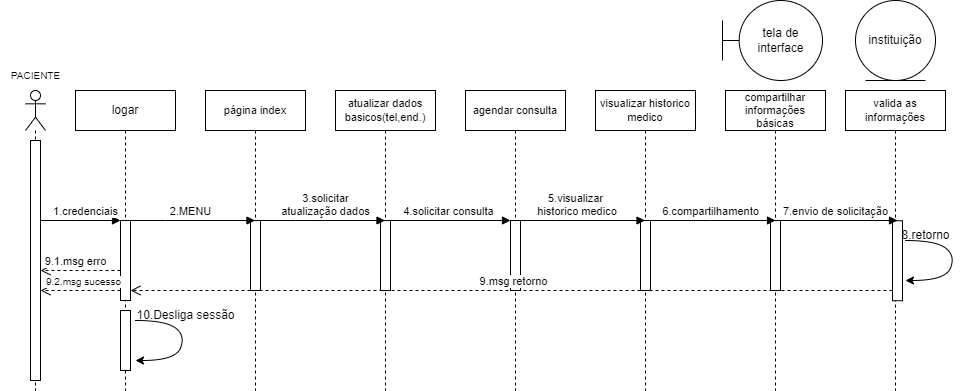
Earlier version of the draw.io export DIAGRAMAS/DS.PACIENTE.png (tbgbarros/PI-2-DSM2SEM). Source tidied: cells renumbered, new cells last; positions are measured from the earlier drawing's top-left corner, leaving out a move shared by most shapes.
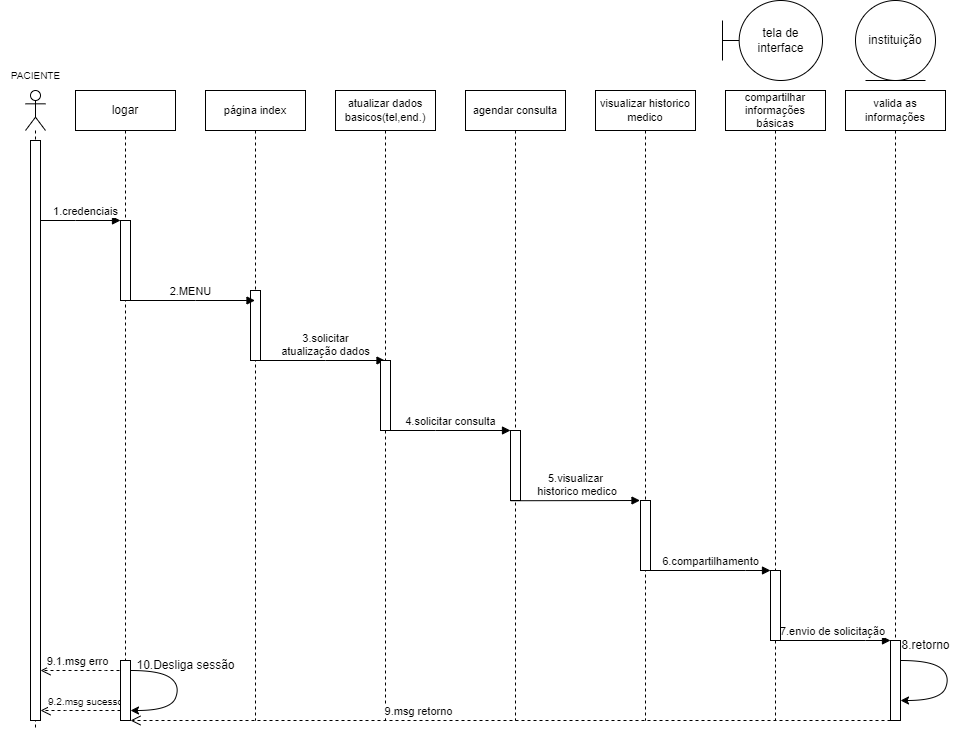
After the commit.

Change to the diagram source:
```diff
@@ -6,56 +6,45 @@
       <mxGeometry x="722" width="100" height="80" as="geometry" />
     </mxCell>
     <mxCell id="3" value="agendar consulta" style="shape=umlLifeline;perimeter=lifelinePerimeter;whiteSpace=wrap;html=1;newEdgeStyle={&quot;edgeStyle&quot;:&quot;elbowEdgeStyle&quot;,&quot;elbow&quot;:&quot;vertical&quot;,&quot;curved&quot;:0,&quot;rounded&quot;:0};fontSize=11;" parent="1" vertex="1">
-      <mxGeometry x="465" y="90" width="100" height="300" as="geometry" />
+      <mxGeometry x="465" y="90" width="100" height="630" as="geometry" />
     </mxCell>
-    <mxCell id="4" style="html=1;points=[];perimeter=orthogonalPerimeter;outlineConnect=0;targetShapes=umlLifeline;portConstraint=eastwest;newEdgeStyle={&quot;edgeStyle&quot;:&quot;elbowEdgeStyle&quot;,&quot;elbow&quot;:&quot;vertical&quot;,&quot;curved&quot;:0,&quot;rounded&quot;:0};" parent="3" vertex="1">
-      <mxGeometry x="45" y="130" width="10" height="70" as="geometry" />
-    </mxCell>
     <mxCell id="5" value="visualizar historico medico" style="shape=umlLifeline;perimeter=lifelinePerimeter;whiteSpace=wrap;html=1;outlineConnect=0;portConstraint=eastwest;newEdgeStyle={&quot;edgeStyle&quot;:&quot;elbowEdgeStyle&quot;,&quot;elbow&quot;:&quot;vertical&quot;,&quot;curved&quot;:0,&quot;rounded&quot;:0};fontSize=11;" parent="1" vertex="1">
-      <mxGeometry x="595" y="90" width="100" height="300" as="geometry" />
+      <mxGeometry x="595" y="90" width="100" height="630" as="geometry" />
     </mxCell>
-    <mxCell id="6" style="html=1;points=[];perimeter=orthogonalPerimeter;outlineConnect=0;targetShapes=umlLifeline;portConstraint=eastwest;newEdgeStyle={&quot;edgeStyle&quot;:&quot;elbowEdgeStyle&quot;,&quot;elbow&quot;:&quot;vertical&quot;,&quot;curved&quot;:0,&quot;rounded&quot;:0};" parent="5" vertex="1">
-      <mxGeometry x="45" y="130" width="10" height="70" as="geometry" />
-    </mxCell>
     <mxCell id="7" value="atualizar dados basicos(tel,end.)" style="shape=umlLifeline;perimeter=lifelinePerimeter;whiteSpace=wrap;html=1;outlineConnect=0;portConstraint=eastwest;newEdgeStyle={&quot;edgeStyle&quot;:&quot;elbowEdgeStyle&quot;,&quot;elbow&quot;:&quot;vertical&quot;,&quot;curved&quot;:0,&quot;rounded&quot;:0};fontSize=11;" parent="1" vertex="1">
-      <mxGeometry x="335" y="90" width="100" height="300" as="geometry" />
+      <mxGeometry x="335" y="90" width="100" height="630" as="geometry" />
     </mxCell>
-    <mxCell id="8" style="html=1;points=[];perimeter=orthogonalPerimeter;outlineConnect=0;targetShapes=umlLifeline;portConstraint=eastwest;newEdgeStyle={&quot;edgeStyle&quot;:&quot;elbowEdgeStyle&quot;,&quot;elbow&quot;:&quot;vertical&quot;,&quot;curved&quot;:0,&quot;rounded&quot;:0};" parent="7" vertex="1">
-      <mxGeometry x="45" y="130" width="10" height="70" as="geometry" />
-    </mxCell>
     <mxCell id="9" value="página index" style="shape=umlLifeline;perimeter=lifelinePerimeter;whiteSpace=wrap;html=1;outlineConnect=0;portConstraint=eastwest;newEdgeStyle={&quot;edgeStyle&quot;:&quot;elbowEdgeStyle&quot;,&quot;elbow&quot;:&quot;vertical&quot;,&quot;curved&quot;:0,&quot;rounded&quot;:0};fontSize=11;" parent="1" vertex="1">
-      <mxGeometry x="205" y="90" width="100" height="300" as="geometry" />
+      <mxGeometry x="205" y="90" width="100" height="630" as="geometry" />
     </mxCell>
     <mxCell id="10" style="html=1;perimeter=orthogonalPerimeter;targetShapes=umlLifeline;newEdgeStyle={&quot;edgeStyle&quot;:&quot;elbowEdgeStyle&quot;,&quot;elbow&quot;:&quot;vertical&quot;,&quot;curved&quot;:0,&quot;rounded&quot;:0};" parent="9" vertex="1">
-      <mxGeometry x="45" y="130" width="10" height="70" as="geometry" />
+      <mxGeometry x="45" y="200" width="10" height="70" as="geometry" />
     </mxCell>
     <mxCell id="11" value="logar" style="shape=umlLifeline;perimeter=lifelinePerimeter;whiteSpace=wrap;html=1;outlineConnect=0;portConstraint=eastwest;newEdgeStyle={&quot;edgeStyle&quot;:&quot;elbowEdgeStyle&quot;,&quot;elbow&quot;:&quot;vertical&quot;,&quot;curved&quot;:0,&quot;rounded&quot;:0};size=40;" parent="1" vertex="1">
-      <mxGeometry x="75" y="90" width="100" height="300" as="geometry" />
+      <mxGeometry x="75" y="90" width="100" height="630" as="geometry" />
     </mxCell>
     <mxCell id="12" style="html=1;points=[];perimeter=orthogonalPerimeter;outlineConnect=0;targetShapes=umlLifeline;portConstraint=eastwest;newEdgeStyle={&quot;edgeStyle&quot;:&quot;elbowEdgeStyle&quot;,&quot;elbow&quot;:&quot;vertical&quot;,&quot;curved&quot;:0,&quot;rounded&quot;:0};" parent="11" vertex="1">
       <mxGeometry x="45" y="130" width="10" height="80" as="geometry" />
     </mxCell>
-    <mxCell id="13" style="html=1;points=[];perimeter=orthogonalPerimeter;outlineConnect=0;targetShapes=umlLifeline;portConstraint=eastwest;newEdgeStyle={&quot;edgeStyle&quot;:&quot;elbowEdgeStyle&quot;,&quot;elbow&quot;:&quot;vertical&quot;,&quot;curved&quot;:0,&quot;rounded&quot;:0};" parent="11" vertex="1">
-      <mxGeometry x="45" y="220" width="10" height="60" as="geometry" />
-    </mxCell>
     <mxCell id="14" value="compartilhar informações básicas" style="shape=umlLifeline;perimeter=lifelinePerimeter;whiteSpace=wrap;html=1;newEdgeStyle={&quot;edgeStyle&quot;:&quot;elbowEdgeStyle&quot;,&quot;elbow&quot;:&quot;vertical&quot;,&quot;curved&quot;:0,&quot;rounded&quot;:0};fontSize=11;" parent="1" vertex="1">
-      <mxGeometry x="725" y="90" width="100" height="300" as="geometry" />
+      <mxGeometry x="725" y="90" width="100" height="630" as="geometry" />
     </mxCell>
-    <mxCell id="15" style="html=1;points=[];perimeter=orthogonalPerimeter;outlineConnect=0;targetShapes=umlLifeline;portConstraint=eastwest;newEdgeStyle={&quot;edgeStyle&quot;:&quot;elbowEdgeStyle&quot;,&quot;elbow&quot;:&quot;vertical&quot;,&quot;curved&quot;:0,&quot;rounded&quot;:0};" parent="14" vertex="1">
-      <mxGeometry x="45" y="130" width="10" height="70" as="geometry" />
-    </mxCell>
     <mxCell id="16" style="shape=umlLifeline;perimeter=lifelinePerimeter;whiteSpace=wrap;html=1;newEdgeStyle={&quot;edgeStyle&quot;:&quot;elbowEdgeStyle&quot;,&quot;elbow&quot;:&quot;vertical&quot;,&quot;curved&quot;:0,&quot;rounded&quot;:0};participant=umlActor;" parent="1" vertex="1">
-      <mxGeometry x="25" y="90" width="20" height="300" as="geometry" />
+      <mxGeometry x="25" y="90" width="20" height="640" as="geometry" />
     </mxCell>
     <mxCell id="17" style="html=1;points=[];perimeter=orthogonalPerimeter;outlineConnect=0;targetShapes=umlLifeline;portConstraint=eastwest;newEdgeStyle={&quot;edgeStyle&quot;:&quot;elbowEdgeStyle&quot;,&quot;elbow&quot;:&quot;vertical&quot;,&quot;curved&quot;:0,&quot;rounded&quot;:0};" parent="16" vertex="1">
-      <mxGeometry x="5" y="50" width="10" height="240" as="geometry" />
+      <mxGeometry x="5" y="50" width="10" height="580" as="geometry" />
     </mxCell>
     <mxCell id="18" value="PACIENTE" style="text;html=1;align=center;verticalAlign=middle;strokeColor=none;fillColor=none;fontSize=10;" parent="1" vertex="1">
       <mxGeometry y="60" width="70" height="30" as="geometry" />
     </mxCell>
-    <mxCell id="19" value="2.MENU" style="html=1;verticalAlign=bottom;endArrow=block;edgeStyle=elbowEdgeStyle;elbow=vertical;curved=0;rounded=0;" parent="1" edge="1" target="9">
+    <mxCell id="19" value="2.MENU" style="html=1;verticalAlign=bottom;endArrow=block;edgeStyle=elbowEdgeStyle;elbow=vertical;curved=0;rounded=0;" parent="1" edge="1" source="11" target="9">
       <mxGeometry relative="1" as="geometry">
-        <mxPoint x="125" y="220" as="sourcePoint" />
+        <Array as="points">
+          <mxPoint x="195" y="300" />
+          <mxPoint x="205" y="280" />
+          <mxPoint x="175" y="300" />
+        </Array>
       </mxGeometry>
     </mxCell>
     <mxCell id="20" value="1.credenciais" style="html=1;verticalAlign=bottom;endArrow=block;edgeStyle=elbowEdgeStyle;elbow=vertical;curved=0;rounded=0;fontSize=11;" parent="1" edge="1" source="17" target="12">
@@ -65,25 +54,31 @@
         </Array>
       </mxGeometry>
     </mxCell>
-    <mxCell id="21" value="4.solicitar&amp;nbsp;consulta" style="html=1;verticalAlign=bottom;endArrow=block;edgeStyle=elbowEdgeStyle;elbow=vertical;curved=0;rounded=0;" parent="1" edge="1" target="4">
+    <mxCell id="21" value="4.solicitar&amp;nbsp;consulta" style="html=1;verticalAlign=bottom;endArrow=block;edgeStyle=elbowEdgeStyle;elbow=vertical;curved=0;rounded=0;" parent="1" edge="1" source="8" target="4">
       <mxGeometry relative="1" as="geometry">
-        <mxPoint x="385" y="220" as="sourcePoint" />
+        <Array as="points">
+          <mxPoint x="435" y="430" />
+        </Array>
       </mxGeometry>
     </mxCell>
-    <mxCell id="22" value="5.visualizar&lt;br&gt;&amp;nbsp;historico medico" style="html=1;verticalAlign=bottom;endArrow=block;edgeStyle=elbowEdgeStyle;elbow=vertical;curved=0;rounded=0;fontSize=11;" parent="1" edge="1" target="5">
-      <mxGeometry x="-0.07" relative="1" as="geometry">
-        <mxPoint x="515" y="220" as="sourcePoint" />
+    <mxCell id="22" value="5.visualizar&lt;br&gt;&amp;nbsp;historico medico" style="html=1;verticalAlign=bottom;endArrow=block;edgeStyle=elbowEdgeStyle;elbow=vertical;curved=0;rounded=0;fontSize=11;" parent="1" edge="1">
+      <mxGeometry x="0.01" relative="1" as="geometry">
+        <mxPoint x="510" y="500.2" as="sourcePoint" />
+        <mxPoint x="639.5" y="500" as="targetPoint" />
       </mxGeometry>
     </mxCell>
-    <mxCell id="23" value="6.compartilhamento" style="html=1;verticalAlign=bottom;endArrow=block;edgeStyle=elbowEdgeStyle;elbow=vertical;curved=0;rounded=0;fontSize=11;" parent="1" edge="1">
+    <mxCell id="23" value="6.compartilhamento" style="html=1;verticalAlign=bottom;endArrow=block;edgeStyle=elbowEdgeStyle;elbow=vertical;curved=0;rounded=0;fontSize=11;" parent="1" edge="1" source="6" target="15">
       <mxGeometry relative="1" as="geometry">
-        <mxPoint x="645" y="220" as="sourcePoint" />
-        <mxPoint x="775" y="220" as="targetPoint" />
+        <Array as="points">
+          <mxPoint x="745" y="570" />
+        </Array>
       </mxGeometry>
     </mxCell>
-    <mxCell id="24" value="9.1.msg erro" style="html=1;verticalAlign=bottom;endArrow=open;dashed=1;endSize=8;edgeStyle=elbowEdgeStyle;elbow=vertical;curved=0;rounded=0;" parent="1" edge="1" source="12" target="17">
+    <mxCell id="24" value="9.1.msg erro" style="html=1;verticalAlign=bottom;endArrow=open;dashed=1;endSize=8;edgeStyle=elbowEdgeStyle;elbow=vertical;curved=0;rounded=0;" parent="1" edge="1" target="17">
       <mxGeometry x="0.12" relative="1" as="geometry">
+        <mxPoint x="125" y="670" as="sourcePoint" />
         <Array as="points">
+          <mxPoint x="105" y="670" />
           <mxPoint x="75" y="270" />
           <mxPoint x="105" y="250" />
           <mxPoint x="80" y="290" />
@@ -91,10 +86,10 @@
       </mxGeometry>
     </mxCell>
     <mxCell id="25" value="valida as informações" style="shape=umlLifeline;perimeter=lifelinePerimeter;whiteSpace=wrap;html=1;newEdgeStyle={&quot;edgeStyle&quot;:&quot;elbowEdgeStyle&quot;,&quot;elbow&quot;:&quot;vertical&quot;,&quot;curved&quot;:0,&quot;rounded&quot;:0};fontSize=11;" parent="1" vertex="1">
-      <mxGeometry x="845" y="90" width="100" height="300" as="geometry" />
+      <mxGeometry x="845" y="90" width="100" height="630" as="geometry" />
     </mxCell>
     <mxCell id="26" style="html=1;points=[];perimeter=orthogonalPerimeter;outlineConnect=0;targetShapes=umlLifeline;portConstraint=eastwest;newEdgeStyle={&quot;edgeStyle&quot;:&quot;elbowEdgeStyle&quot;,&quot;elbow&quot;:&quot;vertical&quot;,&quot;curved&quot;:0,&quot;rounded&quot;:0};" parent="25" vertex="1">
-      <mxGeometry x="47" y="130.2" width="10" height="80" as="geometry" />
+      <mxGeometry x="45" y="550" width="10" height="80" as="geometry" />
     </mxCell>
     <mxCell id="27" value="instituição" style="ellipse;shape=umlEntity;whiteSpace=wrap;html=1;" parent="1" vertex="1">
       <mxGeometry x="855" width="80" height="80" as="geometry" />
@@ -102,49 +97,52 @@
     <mxCell id="28" value="7.envio de solicitação" style="html=1;verticalAlign=bottom;endArrow=block;edgeStyle=elbowEdgeStyle;elbow=vertical;curved=0;rounded=0;" parent="1" edge="1" source="15" target="26">
       <mxGeometry x="-0.06" relative="1" as="geometry">
         <Array as="points">
-          <mxPoint x="836" y="220" />
+          <mxPoint x="865" y="640" />
         </Array>
       </mxGeometry>
     </mxCell>
     <mxCell id="29" style="curved=1;endArrow=classic;html=1;rounded=0;" parent="1" edge="1">
       <mxGeometry relative="1" as="geometry">
-        <mxPoint x="135" y="320" as="sourcePoint" />
-        <mxPoint x="135" y="360" as="targetPoint" />
+        <mxPoint x="130" y="670" as="sourcePoint" />
+        <mxPoint x="130" y="710" as="targetPoint" />
         <Array as="points">
-          <mxPoint x="165" y="320" />
-          <mxPoint x="185" y="335" />
-          <mxPoint x="175" y="360" />
+          <mxPoint x="160" y="670" />
+          <mxPoint x="180" y="685" />
+          <mxPoint x="170" y="710" />
         </Array>
       </mxGeometry>
     </mxCell>
     <mxCell id="30" value="8.retorno" style="text;html=1;align=center;verticalAlign=middle;strokeColor=none;fillColor=none;" parent="1" vertex="1">
-      <mxGeometry x="890" y="220" width="70" height="30" as="geometry" />
+      <mxGeometry x="890" y="630" width="70" height="30" as="geometry" />
     </mxCell>
-    <mxCell id="31" value="9.msg retorno" style="html=1;verticalAlign=bottom;endArrow=open;dashed=1;endSize=8;edgeStyle=elbowEdgeStyle;elbow=vertical;curved=0;rounded=0;" parent="1" edge="1" source="26" target="12">
-      <mxGeometry x="-0.01" relative="1" as="geometry">
+    <mxCell id="31" value="9.msg retorno" style="html=1;verticalAlign=bottom;endArrow=open;dashed=1;endSize=8;edgeStyle=elbowEdgeStyle;elbow=vertical;curved=0;rounded=0;" parent="1" edge="1" source="26" target="13">
+      <mxGeometry x="0.24" relative="1" as="geometry">
         <Array as="points">
-          <mxPoint x="535" y="290" />
+          <mxPoint x="515" y="720" />
+          <mxPoint x="850" y="900" />
+          <mxPoint x="540" y="480" />
         </Array>
+        <mxPoint x="-1" as="offset" />
       </mxGeometry>
     </mxCell>
     <mxCell id="32" style="curved=1;endArrow=classic;html=1;rounded=0;" parent="1" edge="1">
       <mxGeometry relative="1" as="geometry">
-        <mxPoint x="905" y="240" as="sourcePoint" />
-        <mxPoint x="905" y="280" as="targetPoint" />
+        <mxPoint x="900" y="660" as="sourcePoint" />
+        <mxPoint x="900" y="700" as="targetPoint" />
         <Array as="points">
-          <mxPoint x="935" y="240" />
-          <mxPoint x="955" y="255" />
-          <mxPoint x="945" y="280" />
+          <mxPoint x="930" y="660" />
+          <mxPoint x="950" y="675" />
+          <mxPoint x="940" y="700" />
         </Array>
       </mxGeometry>
     </mxCell>
     <mxCell id="33" value="10.Desliga sessão" style="text;html=1;align=center;verticalAlign=middle;strokeColor=none;fillColor=none;" parent="1" vertex="1">
-      <mxGeometry x="125" y="300" width="120" height="30" as="geometry" />
+      <mxGeometry x="125" y="650" width="120" height="30" as="geometry" />
     </mxCell>
-    <mxCell id="34" value="9.2.msg sucesso" style="html=1;verticalAlign=bottom;endArrow=open;dashed=1;endSize=8;edgeStyle=elbowEdgeStyle;elbow=vertical;curved=0;rounded=0;fontSize=10;" parent="1" edge="1" source="12" target="17">
-      <mxGeometry x="-0.07" relative="1" as="geometry">
+    <mxCell id="34" value="9.2.msg sucesso" style="html=1;verticalAlign=bottom;endArrow=open;dashed=1;endSize=8;edgeStyle=elbowEdgeStyle;elbow=vertical;curved=0;rounded=0;fontSize=10;" parent="1" edge="1" source="13" target="17">
+      <mxGeometry x="-0.12" relative="1" as="geometry">
         <Array as="points">
-          <mxPoint x="85" y="290" />
+          <mxPoint x="65" y="710" />
           <mxPoint x="65" y="270" />
           <mxPoint x="85" y="250" />
           <mxPoint x="85" y="150" />
@@ -152,10 +150,27 @@
         </Array>
       </mxGeometry>
     </mxCell>
-    <mxCell id="35" value="3.solicitar &lt;br&gt;atualização dados" style="html=1;verticalAlign=bottom;endArrow=block;edgeStyle=elbowEdgeStyle;elbow=vertical;curved=0;rounded=0;fontSize=11;" parent="1" edge="1" target="7">
+    <mxCell id="35" value="3.solicitar &lt;br&gt;atualização dados" style="html=1;verticalAlign=bottom;endArrow=block;edgeStyle=elbowEdgeStyle;elbow=vertical;curved=0;rounded=0;fontSize=11;" parent="1" edge="1" source="9" target="7">
       <mxGeometry x="0.08" relative="1" as="geometry">
-        <mxPoint x="255" y="220" as="sourcePoint" />
+        <Array as="points">
+          <mxPoint x="325" y="360" />
+        </Array>
       </mxGeometry>
     </mxCell>
+    <mxCell id="8" style="html=1;points=[];perimeter=orthogonalPerimeter;outlineConnect=0;targetShapes=umlLifeline;portConstraint=eastwest;newEdgeStyle={&quot;edgeStyle&quot;:&quot;elbowEdgeStyle&quot;,&quot;elbow&quot;:&quot;vertical&quot;,&quot;curved&quot;:0,&quot;rounded&quot;:0};" parent="1" vertex="1">
+      <mxGeometry x="380" y="360" width="10" height="70" as="geometry" />
+    </mxCell>
+    <mxCell id="4" style="html=1;points=[];perimeter=orthogonalPerimeter;outlineConnect=0;targetShapes=umlLifeline;portConstraint=eastwest;newEdgeStyle={&quot;edgeStyle&quot;:&quot;elbowEdgeStyle&quot;,&quot;elbow&quot;:&quot;vertical&quot;,&quot;curved&quot;:0,&quot;rounded&quot;:0};" parent="1" vertex="1">
+      <mxGeometry x="510" y="430" width="10" height="70" as="geometry" />
+    </mxCell>
+    <mxCell id="6" style="html=1;points=[];perimeter=orthogonalPerimeter;outlineConnect=0;targetShapes=umlLifeline;portConstraint=eastwest;newEdgeStyle={&quot;edgeStyle&quot;:&quot;elbowEdgeStyle&quot;,&quot;elbow&quot;:&quot;vertical&quot;,&quot;curved&quot;:0,&quot;rounded&quot;:0};" parent="1" vertex="1">
+      <mxGeometry x="640" y="500" width="10" height="70" as="geometry" />
+    </mxCell>
+    <mxCell id="15" style="html=1;points=[];perimeter=orthogonalPerimeter;outlineConnect=0;targetShapes=umlLifeline;portConstraint=eastwest;newEdgeStyle={&quot;edgeStyle&quot;:&quot;elbowEdgeStyle&quot;,&quot;elbow&quot;:&quot;vertical&quot;,&quot;curved&quot;:0,&quot;rounded&quot;:0};" parent="1" vertex="1">
+      <mxGeometry x="770" y="570" width="10" height="70" as="geometry" />
+    </mxCell>
+    <mxCell id="13" style="html=1;points=[];perimeter=orthogonalPerimeter;outlineConnect=0;targetShapes=umlLifeline;portConstraint=eastwest;newEdgeStyle={&quot;edgeStyle&quot;:&quot;elbowEdgeStyle&quot;,&quot;elbow&quot;:&quot;vertical&quot;,&quot;curved&quot;:0,&quot;rounded&quot;:0};" parent="1" vertex="1">
+      <mxGeometry x="120" y="660" width="10" height="60" as="geometry" />
+    </mxCell>
   </root>
 </mxGraphModel>
```
